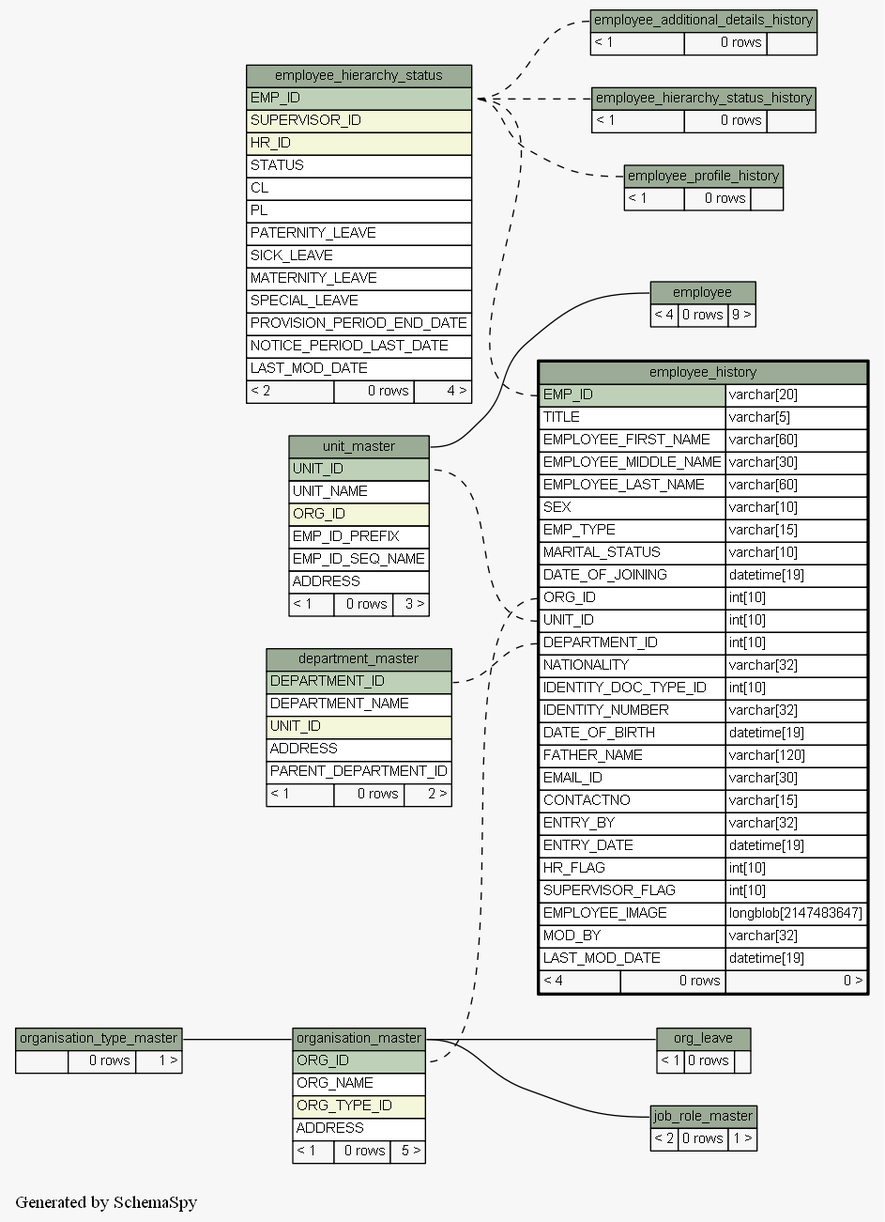
The Graphviz diagram docs/database/schemaspy/graphs/employee_history.implied2degrees.png in engineerscraft/hrms, before a commit. Its source is kept beside it as docs/database/schemaspy/graphs/employee_history.implied2degrees.dot. The source it was exported from:
```dot
digraph "impliedTwoDegreesRelationshipsGraph" {
  graph [
    rankdir="RL"
    bgcolor="#f7f7f7"
    label="\nGenerated by SchemaSpy"
    labeljust="l"
  ];
  node [
    fontname="Helvetica"
    fontsize="11"
    shape="plaintext"
  ];
  edge [
    arrowsize="0.8"
  ];
  "employee":"employee.heading":w -> "unit_master":"unit_master.heading":e [arrowtail=crowodot arrowhead=none];
  "employee_additional_details_history":"employee_additional_details_history.heading":w -> "employee_hierarchy_status":"EMP_ID":e [arrowtail=tee arrowhead=none style=dashed];
  "employee_hierarchy_status_history":"employee_hierarchy_status_history.heading":w -> "employee_hierarchy_status":"EMP_ID":e [arrowtail=tee arrowhead=none style=dashed];
  "employee_history":"DEPARTMENT_ID":w -> "department_master":"DEPARTMENT_ID":e [arrowtail=crowodot arrowhead=none style=dashed];
  "employee_history":"EMP_ID":w -> "employee_hierarchy_status":"EMP_ID":e [arrowtail=tee arrowhead=none style=dashed];
  "employee_history":"ORG_ID":w -> "organisation_master":"ORG_ID":e [arrowtail=crowodot arrowhead=none style=dashed];
  "employee_history":"UNIT_ID":w -> "unit_master":"UNIT_ID":e [arrowtail=crowodot arrowhead=none style=dashed];
  "employee_profile_history":"employee_profile_history.heading":w -> "employee_hierarchy_status":"EMP_ID":e [arrowtail=crowodot arrowhead=none style=dashed];
  "job_role_master":"job_role_master.heading":w -> "organisation_master":"organisation_master.heading":e [arrowtail=crowodot arrowhead=none];
  "org_leave":"org_leave.heading":w -> "organisation_master":"organisation_master.heading":e [arrowtail=crowodot arrowhead=none];
  "organisation_master":"organisation_master.heading":w -> "organisation_type_master":"organisation_type_master.heading":e [arrowtail=crowodot arrowhead=none];
  "department_master" [
    label=<
    <TABLE BORDER="0" CELLBORDER="1" CELLSPACING="0" BGCOLOR="#ffffff">
      <TR><TD PORT="department_master.heading" COLSPAN="3" BGCOLOR="#9bab96" ALIGN="CENTER">department_master</TD></TR>
      <TR><TD PORT="DEPARTMENT_ID" COLSPAN="3" BGCOLOR="#bed1b8" ALIGN="LEFT">DEPARTMENT_ID</TD></TR>
      <TR><TD PORT="DEPARTMENT_NAME" COLSPAN="3" ALIGN="LEFT">DEPARTMENT_NAME</TD></TR>
      <TR><TD PORT="UNIT_ID" COLSPAN="3" BGCOLOR="#f4f7da" ALIGN="LEFT">UNIT_ID</TD></TR>
      <TR><TD PORT="ADDRESS" COLSPAN="3" ALIGN="LEFT">ADDRESS</TD></TR>
      <TR><TD PORT="PARENT_DEPARTMENT_ID" COLSPAN="3" ALIGN="LEFT">PARENT_DEPARTMENT_ID</TD></TR>
      <TR><TD ALIGN="LEFT" BGCOLOR="#f7f7f7">&lt; 1</TD><TD ALIGN="RIGHT" BGCOLOR="#f7f7f7">0 rows</TD><TD ALIGN="RIGHT" BGCOLOR="#f7f7f7">2 &gt;</TD></TR>
    </TABLE>>
    URL="department_master.html#graph"
    tooltip="department_master"
  ];
  "employee" [
    label=<
    <TABLE BORDER="0" CELLBORDER="1" CELLSPACING="0" BGCOLOR="#ffffff">
      <TR><TD PORT="employee.heading" COLSPAN="3" BGCOLOR="#9bab96" ALIGN="CENTER">employee</TD></TR>
      <TR><TD ALIGN="LEFT" BGCOLOR="#f7f7f7">&lt; 4</TD><TD ALIGN="RIGHT" BGCOLOR="#f7f7f7">0 rows</TD><TD ALIGN="RIGHT" BGCOLOR="#f7f7f7">9 &gt;</TD></TR>
    </TABLE>>
    URL="employee.html#graph"
    tooltip="employee"
  ];
  "employee_additional_details_history" [
    label=<
    <TABLE BORDER="0" CELLBORDER="1" CELLSPACING="0" BGCOLOR="#ffffff">
      <TR><TD PORT="employee_additional_details_history.heading" COLSPAN="3" BGCOLOR="#9bab96" ALIGN="CENTER">employee_additional_details_history</TD></TR>
      <TR><TD ALIGN="LEFT" BGCOLOR="#f7f7f7">&lt; 1</TD><TD ALIGN="RIGHT" BGCOLOR="#f7f7f7">0 rows</TD><TD ALIGN="RIGHT" BGCOLOR="#f7f7f7">  </TD></TR>
    </TABLE>>
    URL="employee_additional_details_history.html#graph"
    tooltip="employee_additional_details_history"
  ];
  "employee_hierarchy_status" [
    label=<
    <TABLE BORDER="0" CELLBORDER="1" CELLSPACING="0" BGCOLOR="#ffffff">
      <TR><TD PORT="employee_hierarchy_status.heading" COLSPAN="3" BGCOLOR="#9bab96" ALIGN="CENTER">employee_hierarchy_status</TD></TR>
      <TR><TD PORT="EMP_ID" COLSPAN="3" BGCOLOR="#bed1b8" ALIGN="LEFT">EMP_ID</TD></TR>
      <TR><TD PORT="SUPERVISOR_ID" COLSPAN="3" BGCOLOR="#f4f7da" ALIGN="LEFT">SUPERVISOR_ID</TD></TR>
      <TR><TD PORT="HR_ID" COLSPAN="3" BGCOLOR="#f4f7da" ALIGN="LEFT">HR_ID</TD></TR>
      <TR><TD PORT="STATUS" COLSPAN="3" ALIGN="LEFT">STATUS</TD></TR>
      <TR><TD PORT="CL" COLSPAN="3" ALIGN="LEFT">CL</TD></TR>
      <TR><TD PORT="PL" COLSPAN="3" ALIGN="LEFT">PL</TD></TR>
      <TR><TD PORT="PATERNITY_LEAVE" COLSPAN="3" ALIGN="LEFT">PATERNITY_LEAVE</TD></TR>
      <TR><TD PORT="SICK_LEAVE" COLSPAN="3" ALIGN="LEFT">SICK_LEAVE</TD></TR>
      <TR><TD PORT="MATERNITY_LEAVE" COLSPAN="3" ALIGN="LEFT">MATERNITY_LEAVE</TD></TR>
      <TR><TD PORT="SPECIAL_LEAVE" COLSPAN="3" ALIGN="LEFT">SPECIAL_LEAVE</TD></TR>
      <TR><TD PORT="PROVISION_PERIOD_END_DATE" COLSPAN="3" ALIGN="LEFT">PROVISION_PERIOD_END_DATE</TD></TR>
      <TR><TD PORT="NOTICE_PERIOD_LAST_DATE" COLSPAN="3" ALIGN="LEFT">NOTICE_PERIOD_LAST_DATE</TD></TR>
      <TR><TD PORT="LAST_MOD_DATE" COLSPAN="3" ALIGN="LEFT">LAST_MOD_DATE</TD></TR>
      <TR><TD ALIGN="LEFT" BGCOLOR="#f7f7f7">&lt; 2</TD><TD ALIGN="RIGHT" BGCOLOR="#f7f7f7">0 rows</TD><TD ALIGN="RIGHT" BGCOLOR="#f7f7f7">4 &gt;</TD></TR>
    </TABLE>>
    URL="employee_hierarchy_status.html#graph"
    tooltip="employee_hierarchy_status"
  ];
  "employee_hierarchy_status_history" [
    label=<
    <TABLE BORDER="0" CELLBORDER="1" CELLSPACING="0" BGCOLOR="#ffffff">
      <TR><TD PORT="employee_hierarchy_status_history.heading" COLSPAN="3" BGCOLOR="#9bab96" ALIGN="CENTER">employee_hierarchy_status_history</TD></TR>
      <TR><TD ALIGN="LEFT" BGCOLOR="#f7f7f7">&lt; 1</TD><TD ALIGN="RIGHT" BGCOLOR="#f7f7f7">0 rows</TD><TD ALIGN="RIGHT" BGCOLOR="#f7f7f7">  </TD></TR>
    </TABLE>>
    URL="employee_hierarchy_status_history.html#graph"
    tooltip="employee_hierarchy_status_history"
  ];
  "employee_history" [
    label=<
    <TABLE BORDER="2" CELLBORDER="1" CELLSPACING="0" BGCOLOR="#ffffff">
      <TR><TD PORT="employee_history.heading" COLSPAN="3" BGCOLOR="#9bab96" ALIGN="CENTER">employee_history</TD></TR>
      <TR><TD PORT="EMP_ID" COLSPAN="2" BGCOLOR="#bed1b8" ALIGN="LEFT">EMP_ID</TD><TD PORT="EMP_ID.type" ALIGN="LEFT">varchar[20]</TD></TR>
      <TR><TD PORT="TITLE" COLSPAN="2" ALIGN="LEFT">TITLE</TD><TD PORT="TITLE.type" ALIGN="LEFT">varchar[5]</TD></TR>
      <TR><TD PORT="EMPLOYEE_FIRST_NAME" COLSPAN="2" ALIGN="LEFT">EMPLOYEE_FIRST_NAME</TD><TD PORT="EMPLOYEE_FIRST_NAME.type" ALIGN="LEFT">varchar[60]</TD></TR>
      <TR><TD PORT="EMPLOYEE_MIDDLE_NAME" COLSPAN="2" ALIGN="LEFT">EMPLOYEE_MIDDLE_NAME</TD><TD PORT="EMPLOYEE_MIDDLE_NAME.type" ALIGN="LEFT">varchar[30]</TD></TR>
      <TR><TD PORT="EMPLOYEE_LAST_NAME" COLSPAN="2" ALIGN="LEFT">EMPLOYEE_LAST_NAME</TD><TD PORT="EMPLOYEE_LAST_NAME.type" ALIGN="LEFT">varchar[60]</TD></TR>
      <TR><TD PORT="SEX" COLSPAN="2" ALIGN="LEFT">SEX</TD><TD PORT="SEX.type" ALIGN="LEFT">varchar[10]</TD></TR>
      <TR><TD PORT="EMP_TYPE" COLSPAN="2" ALIGN="LEFT">EMP_TYPE</TD><TD PORT="EMP_TYPE.type" ALIGN="LEFT">varchar[15]</TD></TR>
      <TR><TD PORT="MARITAL_STATUS" COLSPAN="2" ALIGN="LEFT">MARITAL_STATUS</TD><TD PORT="MARITAL_STATUS.type" ALIGN="LEFT">varchar[10]</TD></TR>
      <TR><TD PORT="DATE_OF_JOINING" COLSPAN="2" ALIGN="LEFT">DATE_OF_JOINING</TD><TD PORT="DATE_OF_JOINING.type" ALIGN="LEFT">datetime[19]</TD></TR>
      <TR><TD PORT="ORG_ID" COLSPAN="2" ALIGN="LEFT">ORG_ID</TD><TD PORT="ORG_ID.type" ALIGN="LEFT">int[10]</TD></TR>
      <TR><TD PORT="UNIT_ID" COLSPAN="2" ALIGN="LEFT">UNIT_ID</TD><TD PORT="UNIT_ID.type" ALIGN="LEFT">int[10]</TD></TR>
      <TR><TD PORT="DEPARTMENT_ID" COLSPAN="2" ALIGN="LEFT">DEPARTMENT_ID</TD><TD PORT="DEPARTMENT_ID.type" ALIGN="LEFT">int[10]</TD></TR>
      <TR><TD PORT="NATIONALITY" COLSPAN="2" ALIGN="LEFT">NATIONALITY</TD><TD PORT="NATIONALITY.type" ALIGN="LEFT">varchar[32]</TD></TR>
      <TR><TD PORT="IDENTITY_DOC_TYPE_ID" COLSPAN="2" ALIGN="LEFT">IDENTITY_DOC_TYPE_ID</TD><TD PORT="IDENTITY_DOC_TYPE_ID.type" ALIGN="LEFT">int[10]</TD></TR>
      <TR><TD PORT="IDENTITY_NUMBER" COLSPAN="2" ALIGN="LEFT">IDENTITY_NUMBER</TD><TD PORT="IDENTITY_NUMBER.type" ALIGN="LEFT">varchar[32]</TD></TR>
      <TR><TD PORT="DATE_OF_BIRTH" COLSPAN="2" ALIGN="LEFT">DATE_OF_BIRTH</TD><TD PORT="DATE_OF_BIRTH.type" ALIGN="LEFT">datetime[19]</TD></TR>
      <TR><TD PORT="FATHER_NAME" COLSPAN="2" ALIGN="LEFT">FATHER_NAME</TD><TD PORT="FATHER_NAME.type" ALIGN="LEFT">varchar[120]</TD></TR>
      <TR><TD PORT="EMAIL_ID" COLSPAN="2" ALIGN="LEFT">EMAIL_ID</TD><TD PORT="EMAIL_ID.type" ALIGN="LEFT">varchar[30]</TD></TR>
      <TR><TD PORT="CONTACTNO" COLSPAN="2" ALIGN="LEFT">CONTACTNO</TD><TD PORT="CONTACTNO.type" ALIGN="LEFT">varchar[15]</TD></TR>
      <TR><TD PORT="ENTRY_BY" COLSPAN="2" ALIGN="LEFT">ENTRY_BY</TD><TD PORT="ENTRY_BY.type" ALIGN="LEFT">varchar[32]</TD></TR>
      <TR><TD PORT="ENTRY_DATE" COLSPAN="2" ALIGN="LEFT">ENTRY_DATE</TD><TD PORT="ENTRY_DATE.type" ALIGN="LEFT">datetime[19]</TD></TR>
      <TR><TD PORT="HR_FLAG" COLSPAN="2" ALIGN="LEFT">HR_FLAG</TD><TD PORT="HR_FLAG.type" ALIGN="LEFT">int[10]</TD></TR>
      <TR><TD PORT="SUPERVISOR_FLAG" COLSPAN="2" ALIGN="LEFT">SUPERVISOR_FLAG</TD><TD PORT="SUPERVISOR_FLAG.type" ALIGN="LEFT">int[10]</TD></TR>
      <TR><TD PORT="EMPLOYEE_IMAGE" COLSPAN="2" ALIGN="LEFT">EMPLOYEE_IMAGE</TD><TD PORT="EMPLOYEE_IMAGE.type" ALIGN="LEFT">longblob[2147483647]</TD></TR>
      <TR><TD PORT="MOD_BY" COLSPAN="2" ALIGN="LEFT">MOD_BY</TD><TD PORT="MOD_BY.type" ALIGN="LEFT">varchar[32]</TD></TR>
      <TR><TD PORT="LAST_MOD_DATE" COLSPAN="2" ALIGN="LEFT">LAST_MOD_DATE</TD><TD PORT="LAST_MOD_DATE.type" ALIGN="LEFT">datetime[19]</TD></TR>
      <TR><TD ALIGN="LEFT" BGCOLOR="#f7f7f7">&lt; 4</TD><TD ALIGN="RIGHT" BGCOLOR="#f7f7f7">0 rows</TD><TD ALIGN="RIGHT" BGCOLOR="#f7f7f7">0 &gt;</TD></TR>
    </TABLE>>
    URL="employee_history.html#"
    tooltip="employee_history"
  ];
  "employee_profile_history" [
    label=<
    <TABLE BORDER="0" CELLBORDER="1" CELLSPACING="0" BGCOLOR="#ffffff">
      <TR><TD PORT="employee_profile_history.heading" COLSPAN="3" BGCOLOR="#9bab96" ALIGN="CENTER">employee_profile_history</TD></TR>
      <TR><TD ALIGN="LEFT" BGCOLOR="#f7f7f7">&lt; 1</TD><TD ALIGN="RIGHT" BGCOLOR="#f7f7f7">0 rows</TD><TD ALIGN="RIGHT" BGCOLOR="#f7f7f7">  </TD></TR>
    </TABLE>>
    URL="employee_profile_history.html#graph"
    tooltip="employee_profile_history"
  ];
  "job_role_master" [
    label=<
    <TABLE BORDER="0" CELLBORDER="1" CELLSPACING="0" BGCOLOR="#ffffff">
      <TR><TD PORT="job_role_master.heading" COLSPAN="3" BGCOLOR="#9bab96" ALIGN="CENTER">job_role_master</TD></TR>
      <TR><TD ALIGN="LEFT" BGCOLOR="#f7f7f7">&lt; 2</TD><TD ALIGN="RIGHT" BGCOLOR="#f7f7f7">0 rows</TD><TD ALIGN="RIGHT" BGCOLOR="#f7f7f7">1 &gt;</TD></TR>
    </TABLE>>
    URL="job_role_master.html#graph"
    tooltip="job_role_master"
  ];
  "org_leave" [
    label=<
    <TABLE BORDER="0" CELLBORDER="1" CELLSPACING="0" BGCOLOR="#ffffff">
      <TR><TD PORT="org_leave.heading" COLSPAN="3" BGCOLOR="#9bab96" ALIGN="CENTER">org_leave</TD></TR>
      <TR><TD ALIGN="LEFT" BGCOLOR="#f7f7f7">&lt; 1</TD><TD ALIGN="RIGHT" BGCOLOR="#f7f7f7">0 rows</TD><TD ALIGN="RIGHT" BGCOLOR="#f7f7f7">  </TD></TR>
    </TABLE>>
    URL="org_leave.html#graph"
    tooltip="org_leave"
  ];
  "organisation_master" [
    label=<
    <TABLE BORDER="0" CELLBORDER="1" CELLSPACING="0" BGCOLOR="#ffffff">
      <TR><TD PORT="organisation_master.heading" COLSPAN="3" BGCOLOR="#9bab96" ALIGN="CENTER">organisation_master</TD></TR>
      <TR><TD PORT="ORG_ID" COLSPAN="3" BGCOLOR="#bed1b8" ALIGN="LEFT">ORG_ID</TD></TR>
      <TR><TD PORT="ORG_NAME" COLSPAN="3" ALIGN="LEFT">ORG_NAME</TD></TR>
      <TR><TD PORT="ORG_TYPE_ID" COLSPAN="3" BGCOLOR="#f4f7da" ALIGN="LEFT">ORG_TYPE_ID</TD></TR>
      <TR><TD PORT="ADDRESS" COLSPAN="3" ALIGN="LEFT">ADDRESS</TD></TR>
      <TR><TD ALIGN="LEFT" BGCOLOR="#f7f7f7">&lt; 1</TD><TD ALIGN="RIGHT" BGCOLOR="#f7f7f7">0 rows</TD><TD ALIGN="RIGHT" BGCOLOR="#f7f7f7">5 &gt;</TD></TR>
    </TABLE>>
    URL="organisation_master.html#graph"
    tooltip="organisation_master"
  ];
  "organisation_type_master" [
    label=<
    <TABLE BORDER="0" CELLBORDER="1" CELLSPACING="0" BGCOLOR="#ffffff">
      <TR><TD PORT="organisation_type_master.heading" COLSPAN="3" BGCOLOR="#9bab96" ALIGN="CENTER">organisation_type_master</TD></TR>
      <TR><TD ALIGN="LEFT" BGCOLOR="#f7f7f7">  </TD><TD ALIGN="RIGHT" BGCOLOR="#f7f7f7">0 rows</TD><TD ALIGN="RIGHT" BGCOLOR="#f7f7f7">1 &gt;</TD></TR>
    </TABLE>>
    URL="organisation_type_master.html#graph"
    tooltip="organisation_type_master"
  ];
  "unit_master" [
    label=<
    <TABLE BORDER="0" CELLBORDER="1" CELLSPACING="0" BGCOLOR="#ffffff">
      <TR><TD PORT="unit_master.heading" COLSPAN="3" BGCOLOR="#9bab96" ALIGN="CENTER">unit_master</TD></TR>
      <TR><TD PORT="UNIT_ID" COLSPAN="3" BGCOLOR="#bed1b8" ALIGN="LEFT">UNIT_ID</TD></TR>
      <TR><TD PORT="UNIT_NAME" COLSPAN="3" ALIGN="LEFT">UNIT_NAME</TD></TR>
      <TR><TD PORT="ORG_ID" COLSPAN="3" BGCOLOR="#f4f7da" ALIGN="LEFT">ORG_ID</TD></TR>
      <TR><TD PORT="EMP_ID_PREFIX" COLSPAN="3" ALIGN="LEFT">EMP_ID_PREFIX</TD></TR>
      <TR><TD PORT="EMP_ID_SEQ_NAME" COLSPAN="3" ALIGN="LEFT">EMP_ID_SEQ_NAME</TD></TR>
      <TR><TD PORT="ADDRESS" COLSPAN="3" ALIGN="LEFT">ADDRESS</TD></TR>
      <TR><TD ALIGN="LEFT" BGCOLOR="#f7f7f7">&lt; 1</TD><TD ALIGN="RIGHT" BGCOLOR="#f7f7f7">0 rows</TD><TD ALIGN="RIGHT" BGCOLOR="#f7f7f7">3 &gt;</TD></TR>
    </TABLE>>
    URL="unit_master.html#graph"
    tooltip="unit_master"
  ];
}
```
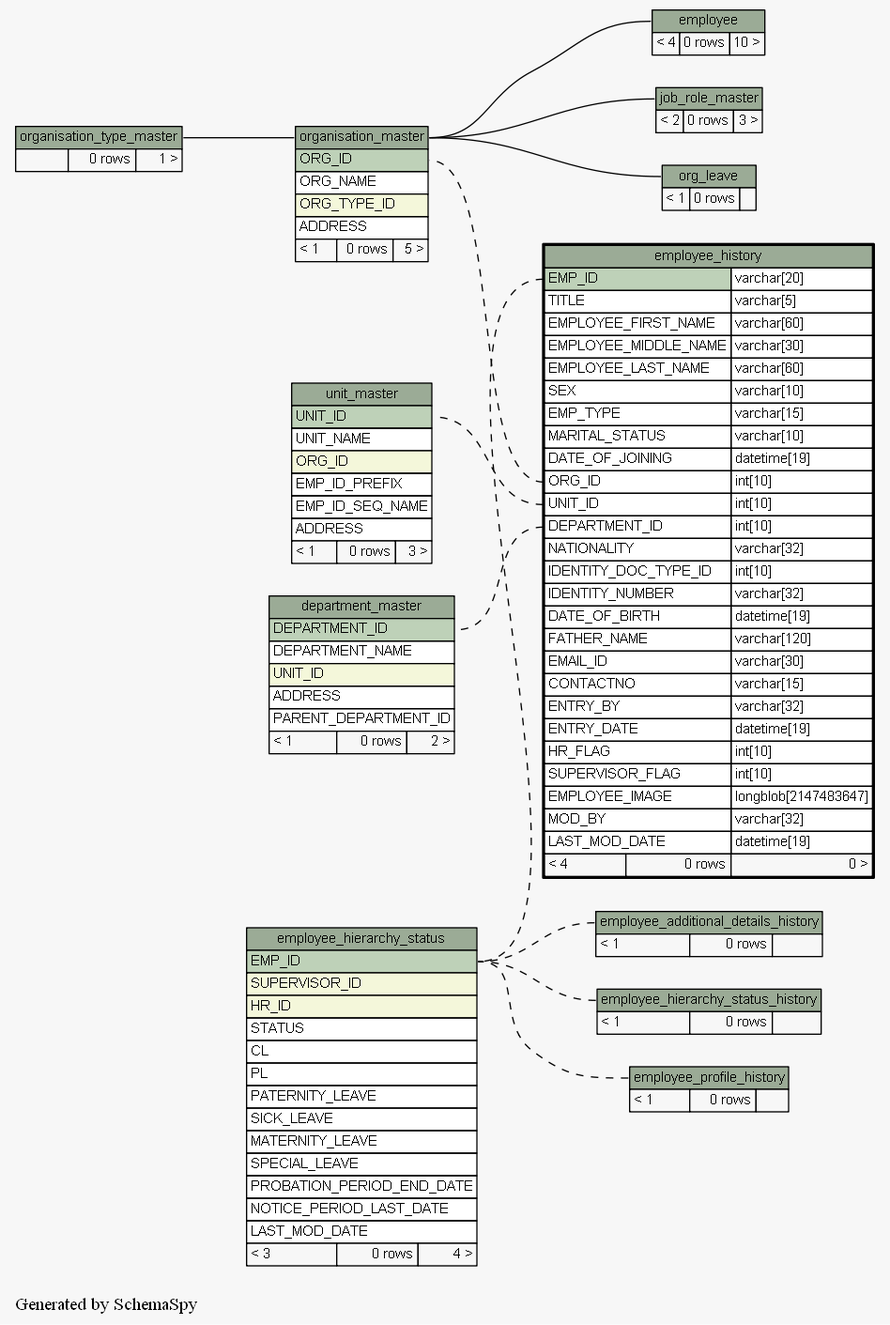
The same file after the commit.

Change to the diagram source:
```diff
@@ -13,7 +13,7 @@
   edge [
     arrowsize="0.8"
   ];
-  "employee":"employee.heading":w -> "unit_master":"unit_master.heading":e [arrowtail=crowodot arrowhead=none];
+  "employee":"employee.heading":w -> "organisation_master":"organisation_master.heading":e [arrowtail=crowodot arrowhead=none];
   "employee_additional_details_history":"employee_additional_details_history.heading":w -> "employee_hierarchy_status":"EMP_ID":e [arrowtail=tee arrowhead=none style=dashed];
   "employee_hierarchy_status_history":"employee_hierarchy_status_history.heading":w -> "employee_hierarchy_status":"EMP_ID":e [arrowtail=tee arrowhead=none style=dashed];
   "employee_history":"DEPARTMENT_ID":w -> "department_master":"DEPARTMENT_ID":e [arrowtail=crowodot arrowhead=none style=dashed];
@@ -21,7 +21,7 @@
   "employee_history":"ORG_ID":w -> "organisation_master":"ORG_ID":e [arrowtail=crowodot arrowhead=none style=dashed];
   "employee_history":"UNIT_ID":w -> "unit_master":"UNIT_ID":e [arrowtail=crowodot arrowhead=none style=dashed];
   "employee_profile_history":"employee_profile_history.heading":w -> "employee_hierarchy_status":"EMP_ID":e [arrowtail=crowodot arrowhead=none style=dashed];
-  "job_role_master":"job_role_master.heading":w -> "organisation_master":"organisation_master.heading":e [arrowtail=crowodot arrowhead=none];
+  "job_role_master":"job_role_master.heading":w -> "organisation_master":"organisation_master.heading":e [arrowtail=crowtee arrowhead=none];
   "org_leave":"org_leave.heading":w -> "organisation_master":"organisation_master.heading":e [arrowtail=crowodot arrowhead=none];
   "organisation_master":"organisation_master.heading":w -> "organisation_type_master":"organisation_type_master.heading":e [arrowtail=crowodot arrowhead=none];
   "department_master" [
@@ -42,7 +42,7 @@
     label=<
     <TABLE BORDER="0" CELLBORDER="1" CELLSPACING="0" BGCOLOR="#ffffff">
       <TR><TD PORT="employee.heading" COLSPAN="3" BGCOLOR="#9bab96" ALIGN="CENTER">employee</TD></TR>
-      <TR><TD ALIGN="LEFT" BGCOLOR="#f7f7f7">&lt; 4</TD><TD ALIGN="RIGHT" BGCOLOR="#f7f7f7">0 rows</TD><TD ALIGN="RIGHT" BGCOLOR="#f7f7f7">9 &gt;</TD></TR>
+      <TR><TD ALIGN="LEFT" BGCOLOR="#f7f7f7">&lt; 4</TD><TD ALIGN="RIGHT" BGCOLOR="#f7f7f7">0 rows</TD><TD ALIGN="RIGHT" BGCOLOR="#f7f7f7">10 &gt;</TD></TR>
     </TABLE>>
     URL="employee.html#graph"
     tooltip="employee"
@@ -70,10 +70,10 @@
       <TR><TD PORT="SICK_LEAVE" COLSPAN="3" ALIGN="LEFT">SICK_LEAVE</TD></TR>
       <TR><TD PORT="MATERNITY_LEAVE" COLSPAN="3" ALIGN="LEFT">MATERNITY_LEAVE</TD></TR>
       <TR><TD PORT="SPECIAL_LEAVE" COLSPAN="3" ALIGN="LEFT">SPECIAL_LEAVE</TD></TR>
-      <TR><TD PORT="PROVISION_PERIOD_END_DATE" COLSPAN="3" ALIGN="LEFT">PROVISION_PERIOD_END_DATE</TD></TR>
+      <TR><TD PORT="PROBATION_PERIOD_END_DATE" COLSPAN="3" ALIGN="LEFT">PROBATION_PERIOD_END_DATE</TD></TR>
       <TR><TD PORT="NOTICE_PERIOD_LAST_DATE" COLSPAN="3" ALIGN="LEFT">NOTICE_PERIOD_LAST_DATE</TD></TR>
       <TR><TD PORT="LAST_MOD_DATE" COLSPAN="3" ALIGN="LEFT">LAST_MOD_DATE</TD></TR>
-      <TR><TD ALIGN="LEFT" BGCOLOR="#f7f7f7">&lt; 2</TD><TD ALIGN="RIGHT" BGCOLOR="#f7f7f7">0 rows</TD><TD ALIGN="RIGHT" BGCOLOR="#f7f7f7">4 &gt;</TD></TR>
+      <TR><TD ALIGN="LEFT" BGCOLOR="#f7f7f7">&lt; 3</TD><TD ALIGN="RIGHT" BGCOLOR="#f7f7f7">0 rows</TD><TD ALIGN="RIGHT" BGCOLOR="#f7f7f7">4 &gt;</TD></TR>
     </TABLE>>
     URL="employee_hierarchy_status.html#graph"
     tooltip="employee_hierarchy_status"
@@ -135,7 +135,7 @@
     label=<
     <TABLE BORDER="0" CELLBORDER="1" CELLSPACING="0" BGCOLOR="#ffffff">
       <TR><TD PORT="job_role_master.heading" COLSPAN="3" BGCOLOR="#9bab96" ALIGN="CENTER">job_role_master</TD></TR>
-      <TR><TD ALIGN="LEFT" BGCOLOR="#f7f7f7">&lt; 2</TD><TD ALIGN="RIGHT" BGCOLOR="#f7f7f7">0 rows</TD><TD ALIGN="RIGHT" BGCOLOR="#f7f7f7">1 &gt;</TD></TR>
+      <TR><TD ALIGN="LEFT" BGCOLOR="#f7f7f7">&lt; 2</TD><TD ALIGN="RIGHT" BGCOLOR="#f7f7f7">0 rows</TD><TD ALIGN="RIGHT" BGCOLOR="#f7f7f7">3 &gt;</TD></TR>
     </TABLE>>
     URL="job_role_master.html#graph"
     tooltip="job_role_master"
```
